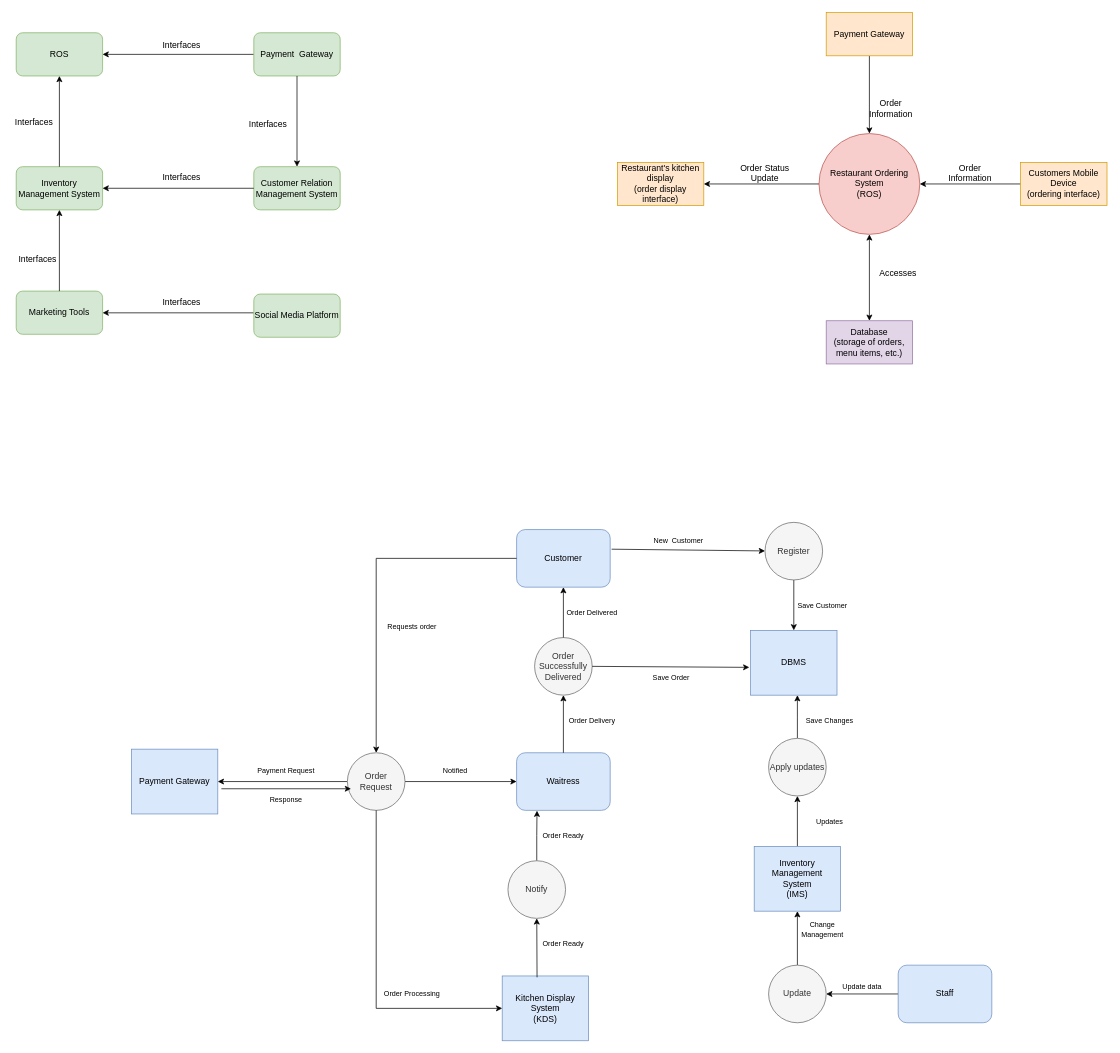
PloKoon68/Sport-Complexes-Management-System-Database keeps this draw.io diagram as Untitled Diagram.drawio. Above is the earlier version. Source tidied: cells renumbered, new cells numbered last; positions are measured from the earlier drawing's top-left corner, leaving out a move shared by most shapes. Both pictures are drawn from the tidied source at 72%, with x=0, y=0 at pixel (12, 12).
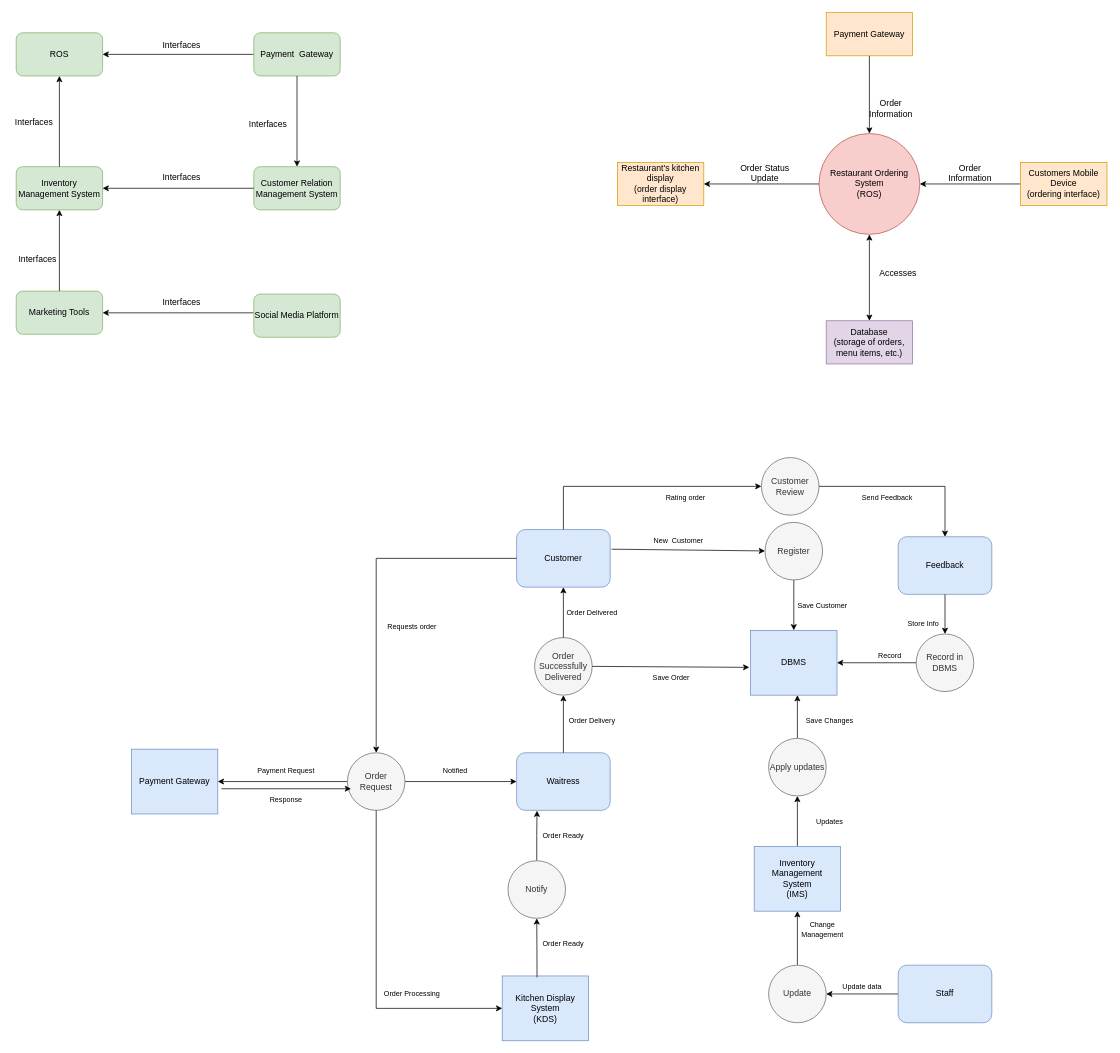
The same page after the edit.

Unchanged cells that the change refers to:
```xml
<mxCell id="36" value="Customer" style="rounded=1;whiteSpace=wrap;html=1;fillColor=#dae8fc;strokeColor=#6c8ebf;" parent="1" vertex="1">
  <mxGeometry x="700" y="718" width="130" height="80" as="geometry" />
</mxCell>
<mxCell id="60" value="DBMS&lt;br&gt;" style="rounded=0;whiteSpace=wrap;html=1;fillColor=#dae8fc;strokeColor=#6c8ebf;" parent="1" vertex="1">
  <mxGeometry x="1025" y="858" width="120" height="90" as="geometry" />
</mxCell>
```

The edit, as a diff of the source:
```diff
@@
-    <mxCell id="65" value="&lt;span style=&quot;font-size: 10px;&quot;&gt;Save Customer&lt;/span&gt;" style="text;html=1;strokeColor=none;fillColor=none;align=center;verticalAlign=middle;whiteSpace=wrap;rounded=0;" parent="1" vertex="1">
-      <mxGeometry x="1080" y="808" width="90" height="30" as="geometry" />
-    </mxCell>
@@
+    <mxCell id="78" value="Feedback" style="rounded=1;whiteSpace=wrap;html=1;fillColor=#dae8fc;strokeColor=#6c8ebf;" parent="1" vertex="1">
+      <mxGeometry x="1230" y="728" width="130" height="80" as="geometry" />
+    </mxCell>
+    <mxCell id="79" value="Record in DBMS" style="ellipse;whiteSpace=wrap;html=1;fillColor=#f5f5f5;fontColor=#333333;strokeColor=#666666;" parent="1" vertex="1">
+      <mxGeometry x="1255" y="863" width="80" height="80" as="geometry" />
+    </mxCell>
+    <mxCell id="80" style="edgeStyle=orthogonalEdgeStyle;rounded=0;jettySize=auto;html=1;" parent="1" edge="1" source="78" target="79">
+      <mxGeometry relative="1" as="geometry" />
+    </mxCell>
+    <mxCell id="65" value="&lt;span style=&quot;font-size: 10px;&quot;&gt;Save Customer&lt;/span&gt;" style="text;html=1;strokeColor=none;fillColor=none;align=center;verticalAlign=middle;whiteSpace=wrap;rounded=0;" parent="1" vertex="1">
+      <mxGeometry x="1080" y="808" width="90" height="30" as="geometry" />
+    </mxCell>
+    <mxCell id="81" value="&lt;span style=&quot;font-size: 10px;&quot;&gt;Store Info&lt;/span&gt;" style="text;html=1;strokeColor=none;fillColor=none;align=center;verticalAlign=middle;whiteSpace=wrap;rounded=0;" parent="1" vertex="1">
+      <mxGeometry x="1220" y="833" width="90" height="30" as="geometry" />
+    </mxCell>
+    <mxCell id="82" style="edgeStyle=orthogonalEdgeStyle;rounded=0;jettySize=auto;html=1;" parent="1" edge="1" source="79" target="60">
+      <mxGeometry relative="1" as="geometry" />
+    </mxCell>
+    <mxCell id="83" value="&lt;span style=&quot;font-size: 10px;&quot;&gt;Record&amp;nbsp;&lt;/span&gt;" style="text;html=1;strokeColor=none;fillColor=none;align=center;verticalAlign=middle;whiteSpace=wrap;rounded=0;" parent="1" vertex="1">
+      <mxGeometry x="1175" y="878" width="90" height="30" as="geometry" />
+    </mxCell>
+    <mxCell id="84" style="endArrow=classic;html=1;rounded=0;" parent="1" edge="1" source="36" target="85">
+      <mxGeometry relative="1" as="geometry">
+        <Array as="points">
+          <mxPoint x="765" y="658" />
+        </Array>
+      </mxGeometry>
+    </mxCell>
+    <mxCell id="85" value="Customer Review" style="ellipse;whiteSpace=wrap;html=1;fillColor=#f5f5f5;fontColor=#333333;strokeColor=#666666;" parent="1" vertex="1">
+      <mxGeometry x="1040" y="618" width="80" height="80" as="geometry" />
+    </mxCell>
+    <mxCell id="86" value="&lt;span style=&quot;font-size: 10px;&quot;&gt;Rating order&lt;/span&gt;" style="text;html=1;strokeColor=none;fillColor=none;align=center;verticalAlign=middle;whiteSpace=wrap;rounded=0;" parent="1" vertex="1">
+      <mxGeometry x="890" y="658" width="90" height="30" as="geometry" />
+    </mxCell>
+    <mxCell id="87" value="&lt;span style=&quot;font-size: 10px;&quot;&gt;Send Feedback&lt;/span&gt;" style="text;html=1;strokeColor=none;fillColor=none;align=center;verticalAlign=middle;whiteSpace=wrap;rounded=0;" parent="1" vertex="1">
+      <mxGeometry x="1170" y="658" width="90" height="30" as="geometry" />
+    </mxCell>
+    <mxCell id="88" style="edgeStyle=orthogonalEdgeStyle;rounded=0;jettySize=auto;html=1;entryX=0.5;entryY=0;entryDx=0;entryDy=0;" parent="1" edge="1" source="85" target="78">
+      <mxGeometry relative="1" as="geometry" />
+    </mxCell>
```
